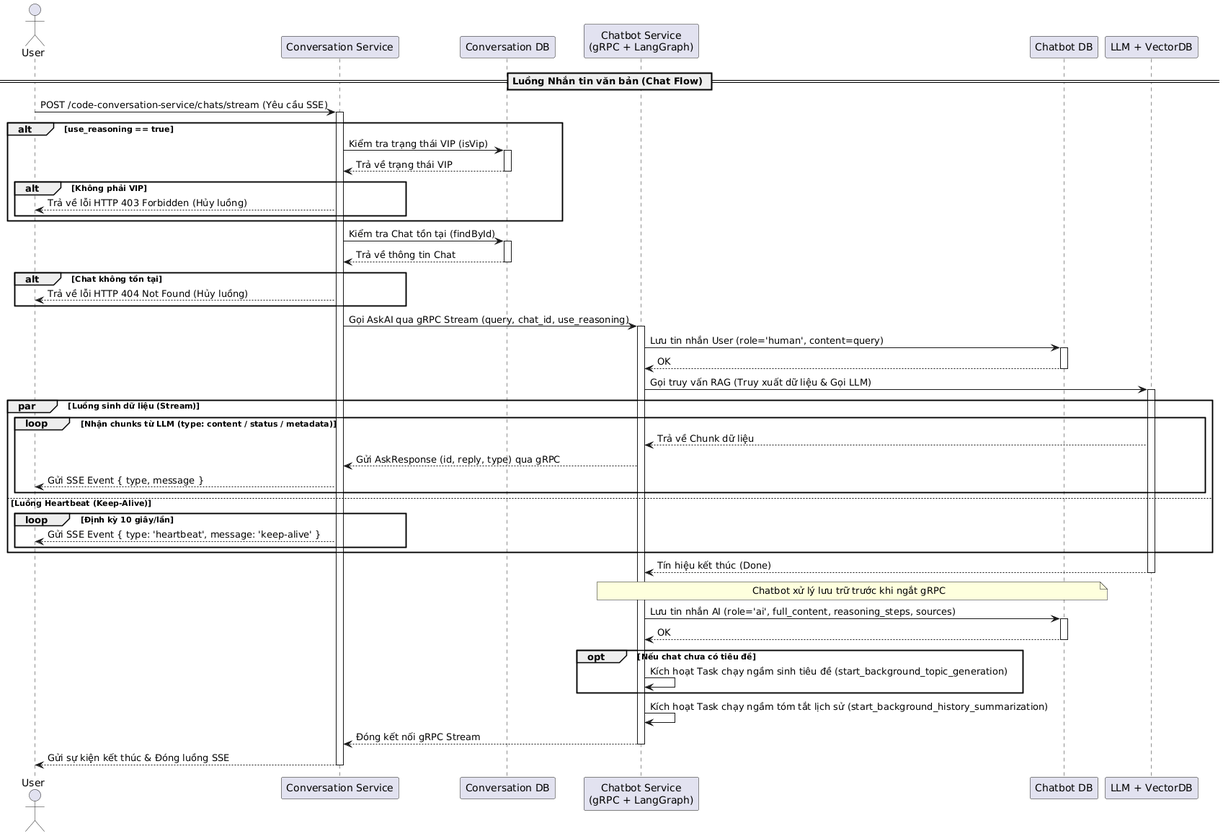
Earlier version of the PlantUML export temp/05-sequence/UML-Sequence-17.png (20206205Tech/docs-uml).
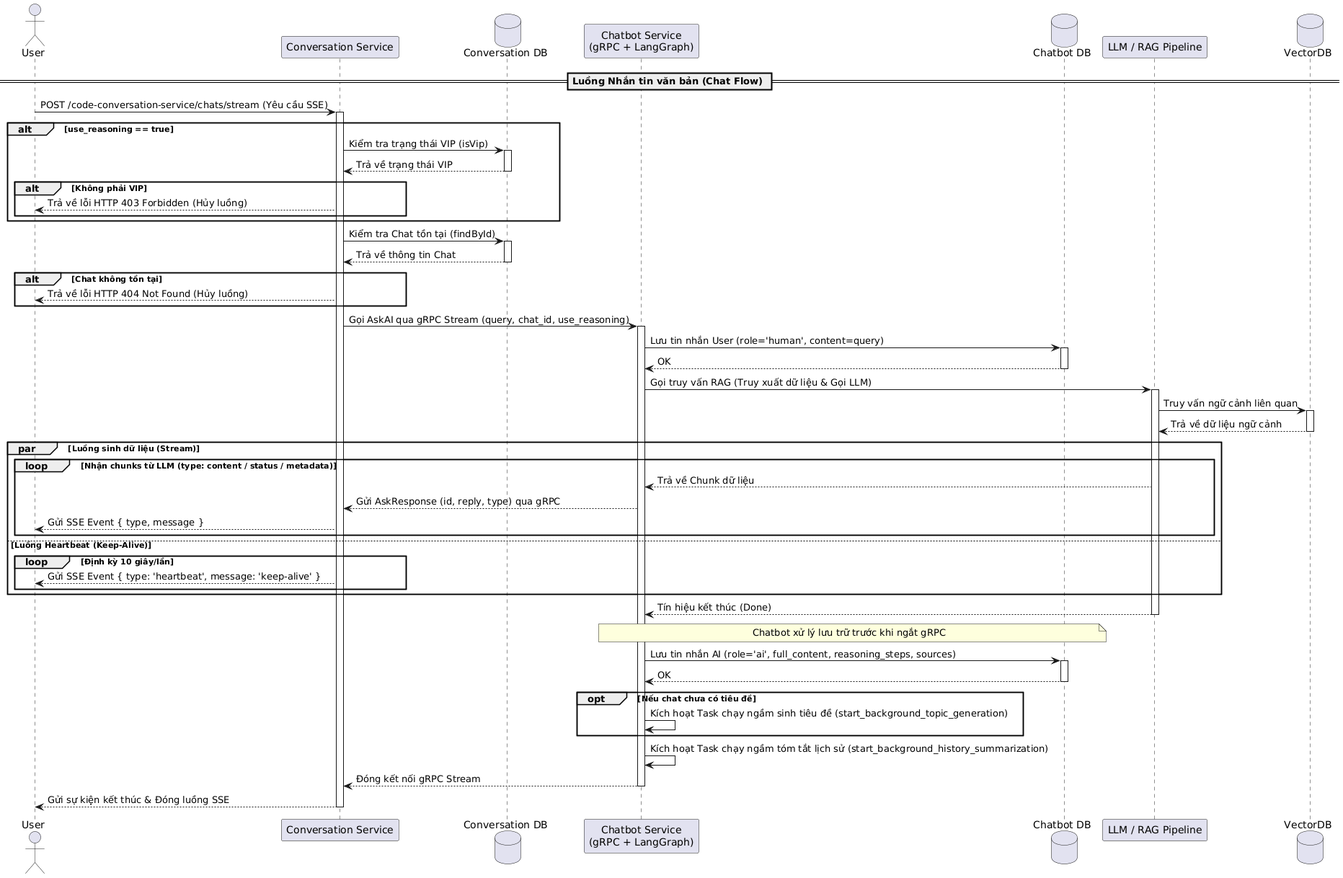
After the commit.

What changed in the source:
```diff
@@ -1,10 +1,11 @@
 @startuml
 actor User as User
 participant "Conversation Service" as ConvService
-participant "Conversation DB" as ConvDB
+database "Conversation DB" as ConvDB
 participant "Chatbot Service\n(gRPC + LangGraph)" as Chatbot
-participant "Chatbot DB" as ChatbotDB
-participant "LLM + VectorDB" as LLM
+database "Chatbot DB" as ChatbotDB
+participant "LLM / RAG Pipeline" as LLM
+database "VectorDB" as VectorDB
 
 == Luồng Nhắn tin văn bản (Chat Flow) ==
 User -> ConvService: POST /code-conversation-service/chats/stream (Yêu cầu SSE)
@@ -38,6 +39,10 @@
 
 Chatbot -> LLM: Gọi truy vấn RAG (Truy xuất dữ liệu & Gọi LLM)
 activate LLM
+LLM -> VectorDB: Truy vấn ngữ cảnh liên quan
+activate VectorDB
+VectorDB --> LLM: Trả về dữ liệu ngữ cảnh
+deactivate VectorDB
 
 par Luồng sinh dữ liệu (Stream)
     loop Nhận chunks từ LLM (type: content / status / metadata)
```
